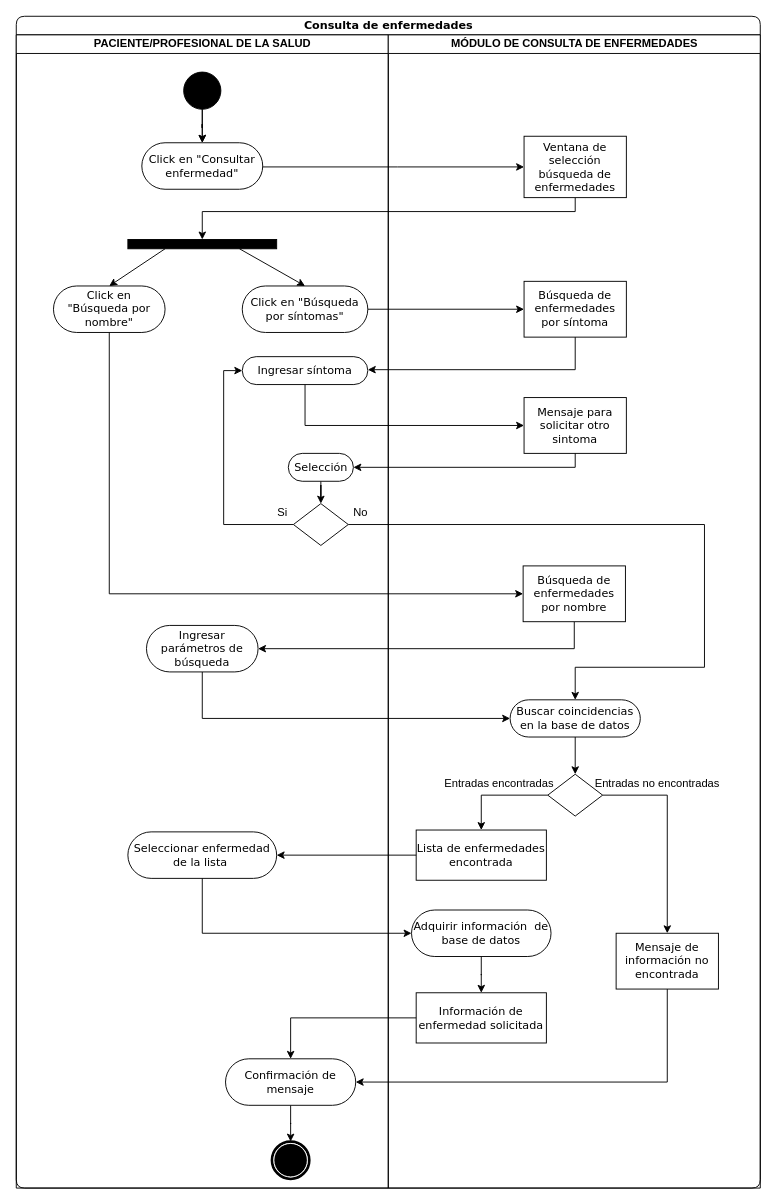
Earlier version of the draw.io diagram MET/Consulta de enfermedades.drawio (NeutronBlast/IS-Ex). Source tidied: cells renumbered, new cells numbered last; positions are measured from the earlier drawing's top-left corner, leaving out a move shared by most shapes. Both pictures are drawn from the tidied source at 93%, with x=0, y=0 at pixel (16, 16).
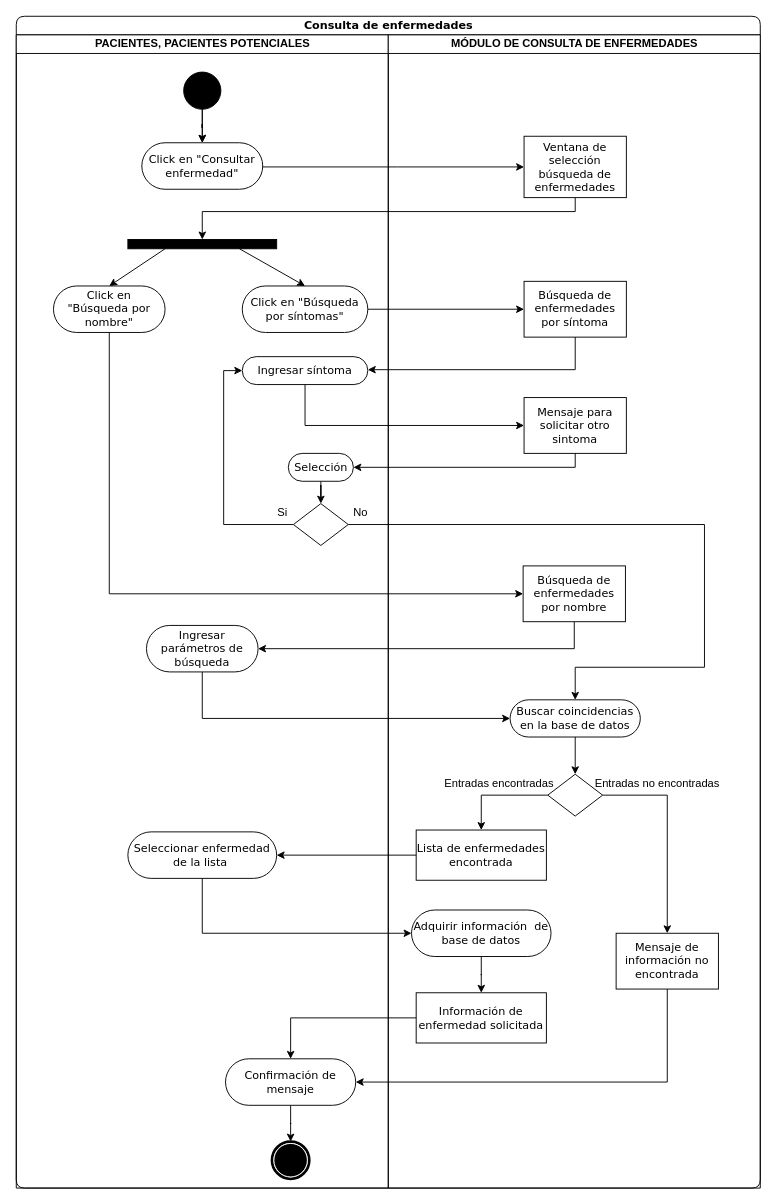
The same page after the edit.

The change refers to these unchanged cells:
```xml
<mxCell id="2" value="Consulta de enfermedades" style="swimlane;html=1;startSize=20;rounded=1;shadow=0;comic=0;labelBackgroundColor=none;strokeWidth=1;fontFamily=Verdana;fontSize=12;align=center;" parent="1" vertex="1">
  <mxGeometry width="800" height="1260" as="geometry" />
</mxCell>
```

The edit, as a diff of the source:
```diff
@@
-    <mxCell id="8" value="PACIENTE/PROFESIONAL DE LA SALUD" style="swimlane;html=1;startSize=20;" parent="2" vertex="1">
+    <mxCell id="8" value="PACIENTES, PACIENTES POTENCIALES" style="swimlane;html=1;startSize=20;" parent="2" vertex="1">
       <mxGeometry y="20" width="400" height="1240" as="geometry" />
     </mxCell>
```
